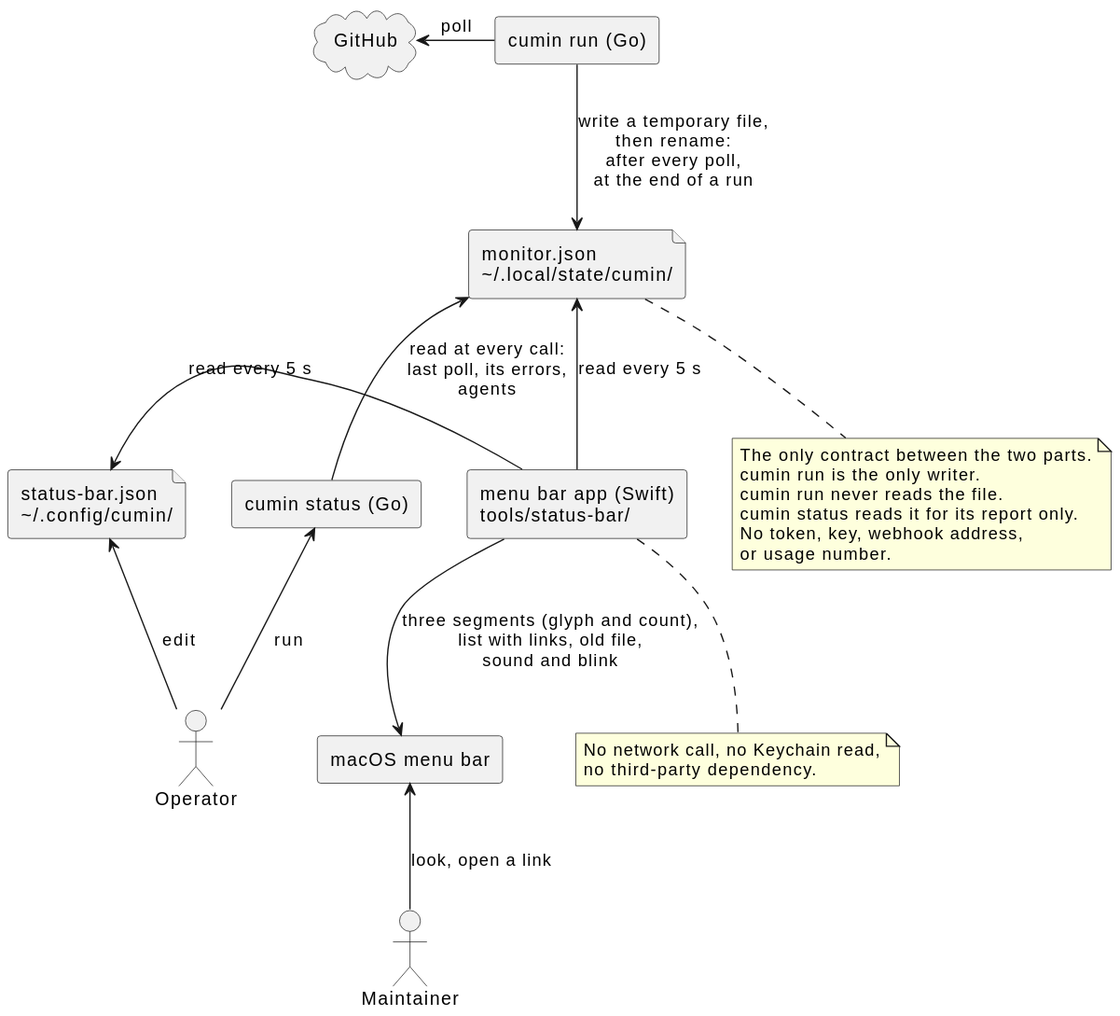
Above: docs/ja/designs/status-menu-bar.svg in cloveclovedev/cumin-works (PlantUML), before the change.
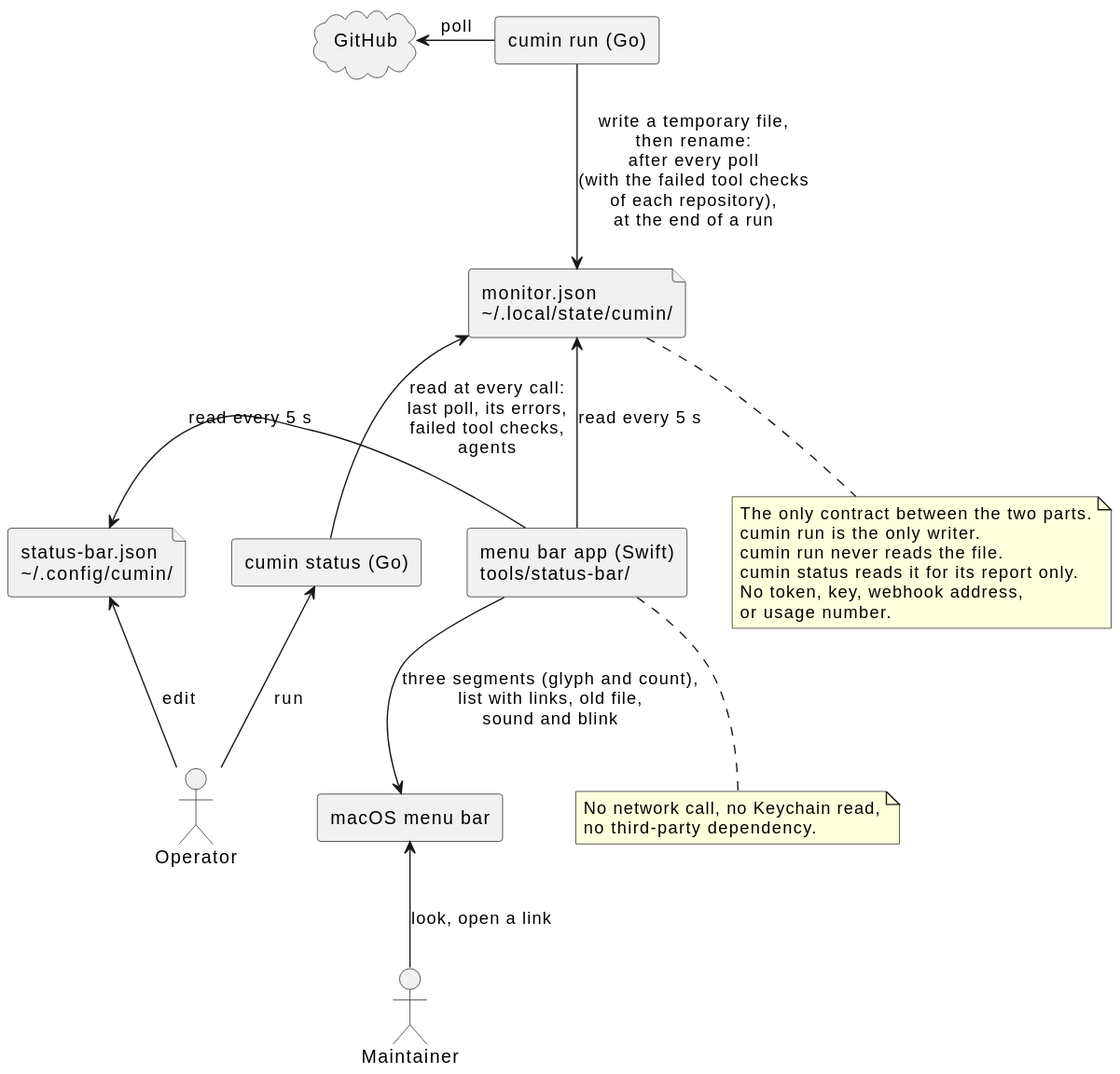
The same file after the commit.

Diff of the diagram source:
```diff
@@ -14,9 +14,9 @@
 rectangle "cumin status (Go)" as statuscmd
 
 run -left-> github : poll
-run --> status : write a temporary file,\nthen rename:\nafter every poll,\nat the end of a run
+run --> status : write a temporary file,\nthen rename:\nafter every poll\n(with the failed tool checks\nof each repository),\nat the end of a run
 app -up-> status : read every 5 s
-statuscmd -up-> status : read at every call:\nlast poll, its errors,\nagents
+statuscmd -up-> status : read at every call:\nlast poll, its errors,\nfailed tool checks,\nagents
 Operator -up-> statuscmd : run
 app -left-> config : read every 5 s
 app --> bar : three segments (glyph and count),\nlist with links, old file,\nsound and blink
```
